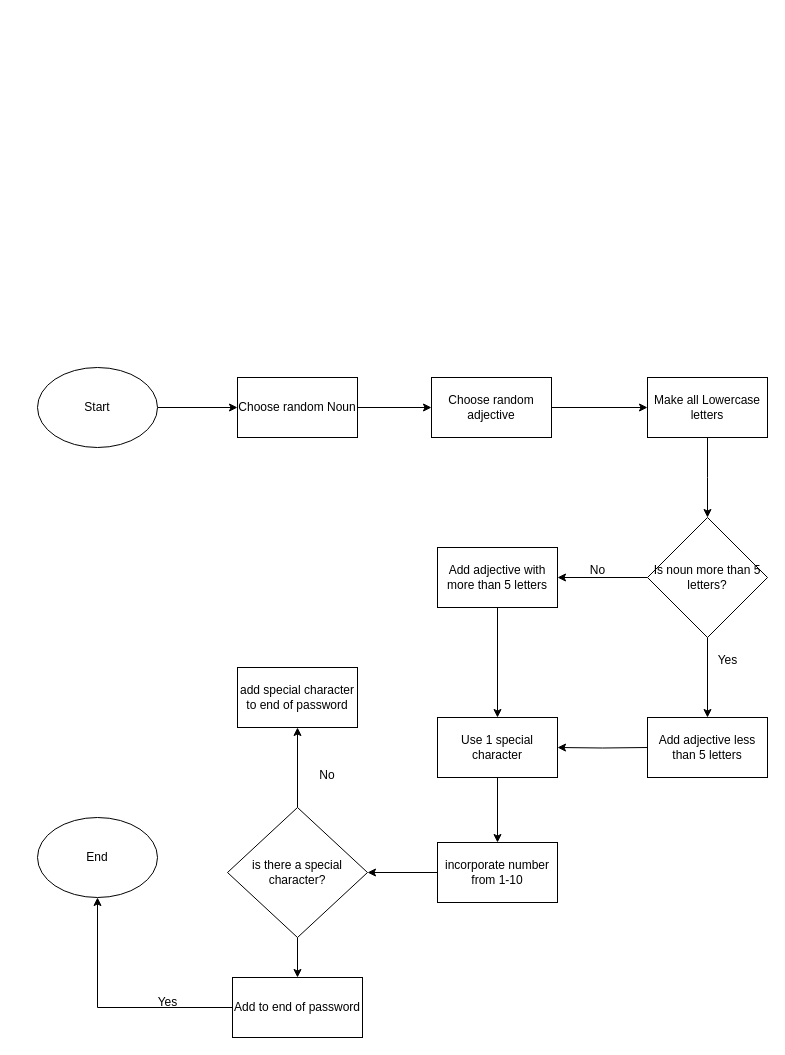
This is Untitled Diagram.drawio from KaneshiroKeola/fuzzy-train, a draw.io file, before an edit. Source tidied: cells renumbered, new cells numbered last; positions are measured from the earlier drawing's top-left corner, leaving out a move shared by most shapes. Both pictures are drawn from the tidied source at 100%, with x=0, y=0 at pixel (37, 367).
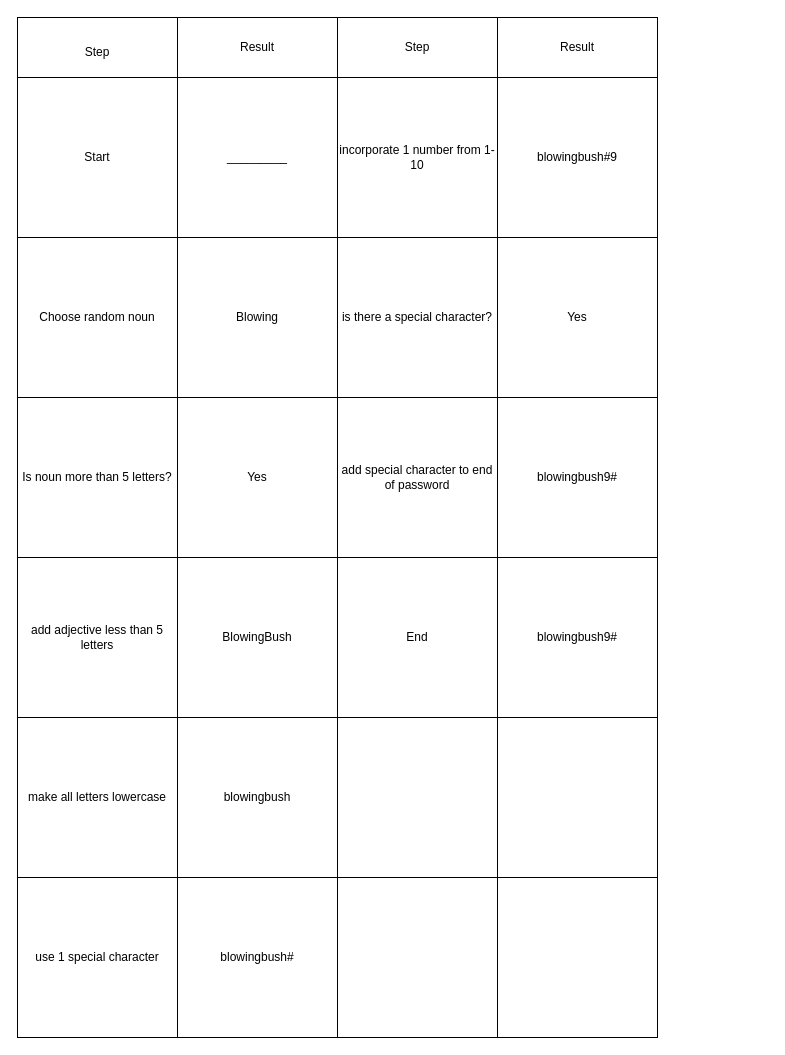
The same diagram, later.

Commit message:
annotated algorithm

What changed in the source:
```diff
@@
-    <mxCell id="2" style="edgeStyle=orthogonalEdgeStyle;rounded=0;jettySize=auto;html=1;" parent="1" edge="1" source="3" target="5">
-      <mxGeometry relative="1" as="geometry" />
-    </mxCell>
+    <mxCell id="32" style="rounded=0;whiteSpace=wrap;html=1;" parent="1" vertex="1">
+      <mxGeometry x="-20" y="-290" width="640" height="960" as="geometry" />
+    </mxCell>
-    <mxCell id="3" value="Start" style="ellipse;whiteSpace=wrap;html=1;" parent="1" vertex="1">
-      <mxGeometry width="120" height="80" as="geometry" />
+    <mxCell id="3" value="Start" style="whiteSpace=wrap;html=1;" parent="1" vertex="1">
+      <mxGeometry x="-20" y="-290" width="160" height="160" as="geometry" />
     </mxCell>
-    <mxCell id="4" style="edgeStyle=orthogonalEdgeStyle;rounded=0;jettySize=auto;html=1;" parent="1" edge="1" source="22" target="7">
-      <mxGeometry relative="1" as="geometry" />
-    </mxCell>
-    <mxCell id="5" value="Choose random Noun" style="whiteSpace=wrap;html=1;" parent="1" vertex="1">
-      <mxGeometry x="200" y="10" width="120" height="60" as="geometry" />
-    </mxCell>
-    <mxCell id="6" style="edgeStyle=orthogonalEdgeStyle;rounded=0;jettySize=auto;html=1;" parent="1" edge="1" source="7">
-      <mxGeometry relative="1" as="geometry">
-        <mxPoint x="670" y="150" as="targetPoint" />
-      </mxGeometry>
-    </mxCell>
-    <mxCell id="7" value="Make all Lowercase letters" style="whiteSpace=wrap;html=1;" parent="1" vertex="1">
-      <mxGeometry x="610" y="10" width="120" height="60" as="geometry" />
-    </mxCell>
-    <mxCell id="8" style="edgeStyle=orthogonalEdgeStyle;rounded=0;jettySize=auto;html=1;" parent="1" edge="1" target="10">
-      <mxGeometry relative="1" as="geometry">
-        <mxPoint x="610" y="380" as="sourcePoint" />
-      </mxGeometry>
-    </mxCell>
-    <mxCell id="9" style="edgeStyle=orthogonalEdgeStyle;rounded=0;jettySize=auto;html=1;" parent="1" edge="1" source="10" target="12">
-      <mxGeometry relative="1" as="geometry" />
-    </mxCell>
-    <mxCell id="10" value="Use 1 special character" style="whiteSpace=wrap;html=1;" parent="1" vertex="1">
-      <mxGeometry x="400" y="350" width="120" height="60" as="geometry" />
-    </mxCell>
-    <mxCell id="11" style="edgeStyle=orthogonalEdgeStyle;rounded=0;jettySize=auto;html=1;" parent="1" edge="1" source="12" target="15">
-      <mxGeometry relative="1" as="geometry" />
-    </mxCell>
-    <mxCell id="12" value="incorporate number from 1-10" style="whiteSpace=wrap;html=1;" parent="1" vertex="1">
-      <mxGeometry x="400" y="475" width="120" height="60" as="geometry" />
-    </mxCell>
-    <mxCell id="13" style="edgeStyle=orthogonalEdgeStyle;rounded=0;jettySize=auto;html=1;" parent="1" edge="1" source="15" target="17">
-      <mxGeometry relative="1" as="geometry" />
-    </mxCell>
-    <mxCell id="14" style="edgeStyle=orthogonalEdgeStyle;rounded=0;jettySize=auto;html=1;" parent="1" edge="1" source="15" target="18">
-      <mxGeometry relative="1" as="geometry" />
-    </mxCell>
+    <mxCell id="33" value="Choose random noun" style="whiteSpace=wrap;html=1;" parent="1" vertex="1">
+      <mxGeometry x="-20" y="-130" width="160" height="160" as="geometry" />
+    </mxCell>
+    <mxCell id="34" value="_________" style="whiteSpace=wrap;html=1;" parent="1" vertex="1">
+      <mxGeometry x="140" y="-290" width="160" height="160" as="geometry" />
+    </mxCell>
+    <mxCell id="35" value="incorporate 1 number from 1-10" style="whiteSpace=wrap;html=1;" parent="1" vertex="1">
+      <mxGeometry x="300" y="-290" width="160" height="160" as="geometry" />
+    </mxCell>
+    <mxCell id="36" value="blowingbush#9" style="whiteSpace=wrap;html=1;" parent="1" vertex="1">
+      <mxGeometry x="460" y="-290" width="160" height="160" as="geometry" />
+    </mxCell>
+    <mxCell id="37" value="Blowing" style="whiteSpace=wrap;html=1;" parent="1" vertex="1">
+      <mxGeometry x="140" y="-130" width="160" height="160" as="geometry" />
+    </mxCell>
-    <mxCell id="15" value="is there a special character?" style="rhombus;whiteSpace=wrap;html=1;" parent="1" vertex="1">
-      <mxGeometry x="190" y="440" width="140" height="130" as="geometry" />
+    <mxCell id="15" value="is there a special character?" style="whiteSpace=wrap;html=1;" parent="1" vertex="1">
+      <mxGeometry x="300" y="-130" width="160" height="160" as="geometry" />
     </mxCell>
-    <mxCell id="16" style="edgeStyle=orthogonalEdgeStyle;rounded=0;jettySize=auto;html=1;" parent="1" edge="1" source="17" target="20">
-      <mxGeometry relative="1" as="geometry" />
-    </mxCell>
-    <mxCell id="17" value="Add to end of password" style="whiteSpace=wrap;html=1;" parent="1" vertex="1">
-      <mxGeometry x="195" y="610" width="130" height="60" as="geometry" />
-    </mxCell>
+    <mxCell id="38" value="Yes" style="whiteSpace=wrap;html=1;" parent="1" vertex="1">
+      <mxGeometry x="460" y="-130" width="160" height="160" as="geometry" />
+    </mxCell>
+    <mxCell id="25" value="Is noun more than 5 letters?" style="whiteSpace=wrap;html=1;" parent="1" vertex="1">
+      <mxGeometry x="-20" y="30" width="160" height="160" as="geometry" />
+    </mxCell>
+    <mxCell id="39" value="Yes" style="whiteSpace=wrap;html=1;" parent="1" vertex="1">
+      <mxGeometry x="140" y="30" width="160" height="160" as="geometry" />
+    </mxCell>
     <mxCell id="18" value="add special character to end of password" style="whiteSpace=wrap;html=1;" parent="1" vertex="1">
-      <mxGeometry x="200" y="300" width="120" height="60" as="geometry" />
+      <mxGeometry x="300" y="30" width="160" height="160" as="geometry" />
     </mxCell>
-    <mxCell id="19" value="No" style="text;html=1;strokeColor=none;fillColor=none;align=center;verticalAlign=middle;whiteSpace=wrap;rounded=0;" parent="1" vertex="1">
-      <mxGeometry x="260" y="393" width="60" height="30" as="geometry" />
-    </mxCell>
+    <mxCell id="40" value="blowingbush9#" style="whiteSpace=wrap;html=1;" parent="1" vertex="1">
+      <mxGeometry x="460" y="30" width="160" height="160" as="geometry" />
+    </mxCell>
-    <mxCell id="20" value="End" style="ellipse;whiteSpace=wrap;html=1;" parent="1" vertex="1">
-      <mxGeometry y="450" width="120" height="80" as="geometry" />
+    <mxCell id="20" value="End" style="whiteSpace=wrap;html=1;" parent="1" vertex="1">
+      <mxGeometry x="300" y="190" width="160" height="160" as="geometry" />
     </mxCell>
-    <mxCell id="21" style="edgeStyle=orthogonalEdgeStyle;rounded=0;jettySize=auto;html=1;" parent="1" edge="1" source="5" target="22">
-      <mxGeometry relative="1" as="geometry" />
-    </mxCell>
-    <mxCell id="22" value="Choose random adjective" style="rounded=0;whiteSpace=wrap;html=1;" parent="1" vertex="1">
-      <mxGeometry x="394" y="10" width="120" height="60" as="geometry" />
-    </mxCell>
-    <mxCell id="23" style="edgeStyle=orthogonalEdgeStyle;rounded=0;jettySize=auto;html=1;" parent="1" edge="1" source="25" target="26">
-      <mxGeometry relative="1" as="geometry" />
-    </mxCell>
-    <mxCell id="24" style="edgeStyle=orthogonalEdgeStyle;rounded=0;jettySize=auto;html=1;" parent="1" edge="1" source="25" target="28">
-      <mxGeometry relative="1" as="geometry" />
-    </mxCell>
-    <mxCell id="25" value="Is noun more than 5 letters?" style="rhombus;whiteSpace=wrap;html=1;" parent="1" vertex="1">
-      <mxGeometry x="610" y="150" width="120" height="120" as="geometry" />
-    </mxCell>
-    <mxCell id="26" value="Add adjective less than 5 letters" style="whiteSpace=wrap;html=1;" parent="1" vertex="1">
-      <mxGeometry x="610" y="350" width="120" height="60" as="geometry" />
-    </mxCell>
-    <mxCell id="27" style="edgeStyle=orthogonalEdgeStyle;rounded=0;jettySize=auto;html=1;" parent="1" edge="1" source="28" target="10">
-      <mxGeometry relative="1" as="geometry" />
-    </mxCell>
-    <mxCell id="28" value="Add adjective with more than 5 letters" style="whiteSpace=wrap;html=1;" parent="1" vertex="1">
-      <mxGeometry x="400" y="180" width="120" height="60" as="geometry" />
-    </mxCell>
-    <mxCell id="29" value="No" style="text;html=1;align=center;verticalAlign=middle;strokeColor=none;fillColor=none;" parent="1" vertex="1">
-      <mxGeometry x="540" y="188" width="40" height="30" as="geometry" />
-    </mxCell>
-    <mxCell id="30" value="Yes" style="text;html=1;align=center;verticalAlign=middle;strokeColor=none;fillColor=none;" parent="1" vertex="1">
-      <mxGeometry x="670" y="278" width="40" height="30" as="geometry" />
-    </mxCell>
-    <mxCell id="31" value="Yes" style="text;html=1;align=center;verticalAlign=middle;strokeColor=none;fillColor=none;" parent="1" vertex="1">
-      <mxGeometry x="110" y="620" width="40" height="30" as="geometry" />
-    </mxCell>
+    <mxCell id="41" value="BlowingBush" style="whiteSpace=wrap;html=1;" parent="1" vertex="1">
+      <mxGeometry x="140" y="190" width="160" height="160" as="geometry" />
+    </mxCell>
+    <mxCell id="42" value="add adjective less than 5 letters" style="whiteSpace=wrap;html=1;" parent="1" vertex="1">
+      <mxGeometry x="-20" y="190" width="160" height="160" as="geometry" />
+    </mxCell>
+    <mxCell id="43" value="blowingbush9#" style="whiteSpace=wrap;html=1;" parent="1" vertex="1">
+      <mxGeometry x="460" y="190" width="160" height="160" as="geometry" />
+    </mxCell>
+    <mxCell id="44" value="make all letters lowercase" style="whiteSpace=wrap;html=1;" parent="1" vertex="1">
+      <mxGeometry x="-20" y="350" width="160" height="160" as="geometry" />
+    </mxCell>
+    <mxCell id="45" value="blowingbush" style="whiteSpace=wrap;html=1;" parent="1" vertex="1">
+      <mxGeometry x="140" y="350" width="160" height="160" as="geometry" />
+    </mxCell>
+    <mxCell id="46" style="whiteSpace=wrap;html=1;" parent="1" vertex="1">
+      <mxGeometry x="300" y="350" width="160" height="160" as="geometry" />
+    </mxCell>
+    <mxCell id="47" style="whiteSpace=wrap;html=1;" parent="1" vertex="1">
+      <mxGeometry x="460" y="350" width="160" height="160" as="geometry" />
+    </mxCell>
+    <mxCell id="48" value="use 1 special character" style="whiteSpace=wrap;html=1;" parent="1" vertex="1">
+      <mxGeometry x="-20" y="510" width="160" height="160" as="geometry" />
+    </mxCell>
+    <mxCell id="49" value="blowingbush#" style="whiteSpace=wrap;html=1;" parent="1" vertex="1">
+      <mxGeometry x="140" y="510" width="160" height="160" as="geometry" />
+    </mxCell>
+    <mxCell id="50" style="whiteSpace=wrap;html=1;" parent="1" vertex="1">
+      <mxGeometry x="300" y="510" width="160" height="160" as="geometry" />
+    </mxCell>
+    <mxCell id="51" style="whiteSpace=wrap;html=1;" parent="1" vertex="1">
+      <mxGeometry x="460" y="510" width="160" height="160" as="geometry" />
+    </mxCell>
+    <mxCell id="52" style="rounded=0;whiteSpace=wrap;html=1;" parent="1" vertex="1">
+      <mxGeometry x="-20" y="-350" width="640" height="60" as="geometry" />
+    </mxCell>
+    <mxCell id="53" style="endArrow=none;html=1;rounded=0;entryX=0.25;entryY=0;entryDx=0;entryDy=0;exitX=0;exitY=0;exitDx=0;exitDy=0;" parent="1" edge="1" source="34" target="52">
+      <mxGeometry relative="1" as="geometry" />
+    </mxCell>
+    <mxCell id="54" style="endArrow=none;html=1;rounded=0;entryX=0.5;entryY=0;entryDx=0;entryDy=0;" parent="1" edge="1" target="52">
+      <mxGeometry relative="1" as="geometry">
+        <mxPoint x="300" y="-290" as="sourcePoint" />
+      </mxGeometry>
+    </mxCell>
+    <mxCell id="55" style="endArrow=none;html=1;rounded=0;entryX=0.75;entryY=0;entryDx=0;entryDy=0;exitX=1;exitY=0;exitDx=0;exitDy=0;" parent="1" edge="1" source="35" target="52">
+      <mxGeometry relative="1" as="geometry" />
+    </mxCell>
+    <mxCell id="56" value="Step" style="text;html=1;strokeColor=none;fillColor=none;align=center;verticalAlign=middle;whiteSpace=wrap;rounded=0;" parent="1" vertex="1">
+      <mxGeometry x="30" y="-330" width="60" height="30" as="geometry" />
+    </mxCell>
+    <mxCell id="57" value="Result" style="text;html=1;strokeColor=none;fillColor=none;align=center;verticalAlign=middle;whiteSpace=wrap;rounded=0;" parent="1" vertex="1">
+      <mxGeometry x="190" y="-335" width="60" height="30" as="geometry" />
+    </mxCell>
+    <mxCell id="58" value="Step" style="text;html=1;strokeColor=none;fillColor=none;align=center;verticalAlign=middle;whiteSpace=wrap;rounded=0;" parent="1" vertex="1">
+      <mxGeometry x="350" y="-335" width="60" height="30" as="geometry" />
+    </mxCell>
+    <mxCell id="59" value="Result" style="text;html=1;strokeColor=none;fillColor=none;align=center;verticalAlign=middle;whiteSpace=wrap;rounded=0;" parent="1" vertex="1">
+      <mxGeometry x="510" y="-335" width="60" height="30" as="geometry" />
+    </mxCell>
```
